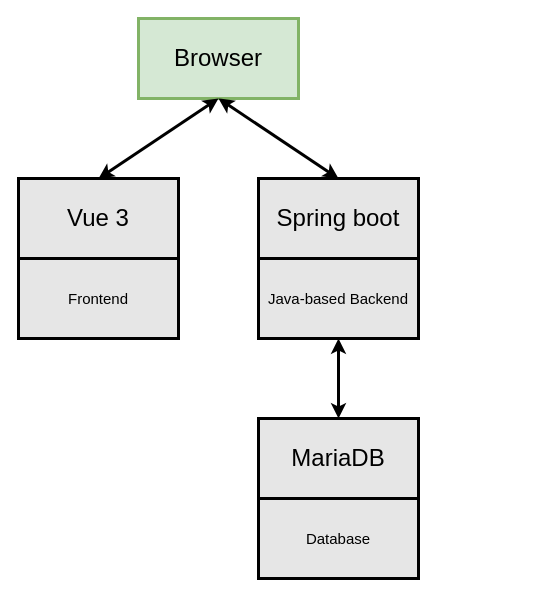
The draw.io diagram docs/architecture_diagram.drawio in spe-uob/2024-AILearningTool, before the edit. Source tidied: cells renumbered, new cells numbered last; positions are measured from the earlier drawing's top-left corner, leaving out a move shared by most shapes. Both pictures are drawn from the tidied source at 100%, with x=0, y=0 at pixel (18, 18).
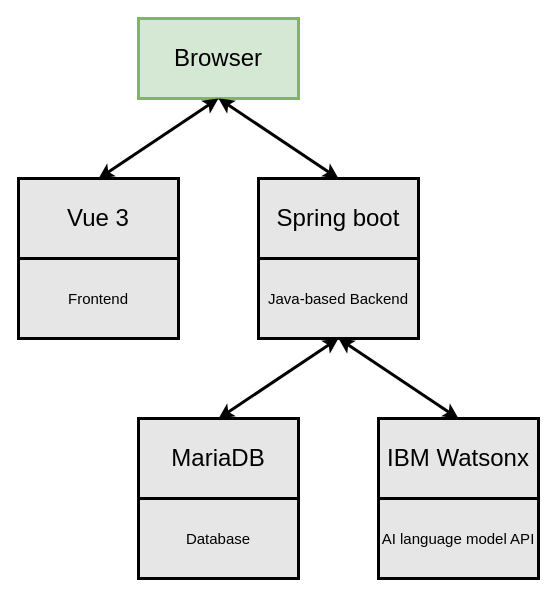
The same page after the edit.

Commit message (it also covers changes not shown here):
Fix architecture diagrams.

Change to the diagram source:
```diff
@@
 <mxGraphModel>
   <root>
     <mxCell id="0" />
     <mxCell id="1" parent="0" />
     <mxCell id="2" value="&lt;div style=&quot;font-size: 24px;&quot;&gt;Browser&lt;/div&gt;" style="rounded=0;whiteSpace=wrap;html=1;fillColor=#d5e8d4;strokeColor=#82b366;strokeWidth=3;fontSize=24;" parent="1" vertex="1">
       <mxGeometry x="120" width="160" height="80" as="geometry" />
     </mxCell>
     <mxCell id="3" value="MariaDB" style="rounded=0;whiteSpace=wrap;html=1;strokeWidth=3;fontSize=24;fillColor=#E6E6E6;" parent="1" vertex="1">
-      <mxGeometry x="240" y="400" width="160" height="80" as="geometry" />
+      <mxGeometry x="120" y="400" width="160" height="80" as="geometry" />
     </mxCell>
     <mxCell id="4" value="&lt;div style=&quot;font-size: 15px;&quot;&gt;Database&lt;/div&gt;" style="rounded=0;whiteSpace=wrap;html=1;strokeWidth=3;fillColor=#E6E6E6;fontSize=15;" parent="1" vertex="1">
-      <mxGeometry x="240" y="480" width="160" height="80" as="geometry" />
+      <mxGeometry x="120" y="480" width="160" height="80" as="geometry" />
     </mxCell>
     <mxCell id="5" style="endArrow=classic;startArrow=classic;html=1;rounded=0;entryX=0.5;entryY=1;entryDx=0;entryDy=0;exitX=0.5;exitY=0;exitDx=0;exitDy=0;strokeWidth=3;" parent="1" edge="1" source="8" target="2">
       <mxGeometry relative="1" as="geometry" />
     </mxCell>
     <mxCell id="6" style="endArrow=classic;startArrow=classic;html=1;rounded=0;entryX=0.5;entryY=1;entryDx=0;entryDy=0;strokeWidth=3;exitX=0.5;exitY=0;exitDx=0;exitDy=0;" parent="1" edge="1" source="10" target="2">
       <mxGeometry relative="1" as="geometry" />
     </mxCell>
     <mxCell id="7" style="endArrow=classic;startArrow=classic;html=1;rounded=0;exitX=0.5;exitY=0;exitDx=0;exitDy=0;strokeWidth=3;entryX=0.5;entryY=1;entryDx=0;entryDy=0;" parent="1" edge="1" source="3" target="11">
       <mxGeometry relative="1" as="geometry" />
     </mxCell>
     <mxCell id="8" value="Vue 3" style="rounded=0;whiteSpace=wrap;html=1;strokeWidth=3;fontSize=24;fillColor=#E6E6E6;" parent="1" vertex="1">
       <mxGeometry y="160" width="160" height="80" as="geometry" />
     </mxCell>
     <mxCell id="9" value="&lt;div style=&quot;font-size: 15px;&quot;&gt;Frontend&lt;/div&gt;" style="rounded=0;whiteSpace=wrap;html=1;strokeWidth=3;fillColor=#E6E6E6;fontSize=15;" parent="1" vertex="1">
       <mxGeometry y="240" width="160" height="80" as="geometry" />
     </mxCell>
     <mxCell id="10" value="&lt;div style=&quot;font-size: 24px;&quot;&gt;Spring boot&lt;/div&gt;" style="rounded=0;whiteSpace=wrap;html=1;strokeWidth=3;fontSize=24;fillColor=#E6E6E6;" parent="1" vertex="1">
       <mxGeometry x="240" y="160" width="160" height="80" as="geometry" />
     </mxCell>
     <mxCell id="11" value="&lt;div style=&quot;font-size: 15px;&quot;&gt;Java-based Backend&lt;br style=&quot;font-size: 15px;&quot;&gt;&lt;/div&gt;" style="rounded=0;whiteSpace=wrap;html=1;strokeWidth=3;fillColor=#E6E6E6;fontSize=15;" parent="1" vertex="1">
       <mxGeometry x="240" y="240" width="160" height="80" as="geometry" />
     </mxCell>
+    <mxCell id="12" value="&lt;div style=&quot;font-size: 24px;&quot;&gt;IBM Watsonx&lt;br&gt;&lt;/div&gt;" style="rounded=0;whiteSpace=wrap;html=1;strokeWidth=3;fontSize=24;fillColor=#E6E6E6;" parent="1" vertex="1">
+      <mxGeometry x="360" y="400" width="160" height="80" as="geometry" />
+    </mxCell>
+    <mxCell id="13" value="AI language model API" style="rounded=0;whiteSpace=wrap;html=1;strokeWidth=3;fillColor=#E6E6E6;fontSize=15;" parent="1" vertex="1">
+      <mxGeometry x="360" y="480" width="160" height="80" as="geometry" />
+    </mxCell>
+    <mxCell id="14" style="endArrow=classic;startArrow=classic;html=1;rounded=0;exitX=0.5;exitY=0;exitDx=0;exitDy=0;strokeWidth=3;entryX=0.5;entryY=1;entryDx=0;entryDy=0;" parent="1" edge="1" source="12" target="11">
+      <mxGeometry relative="1" as="geometry" />
+    </mxCell>
   </root>
 </mxGraphModel>
```
